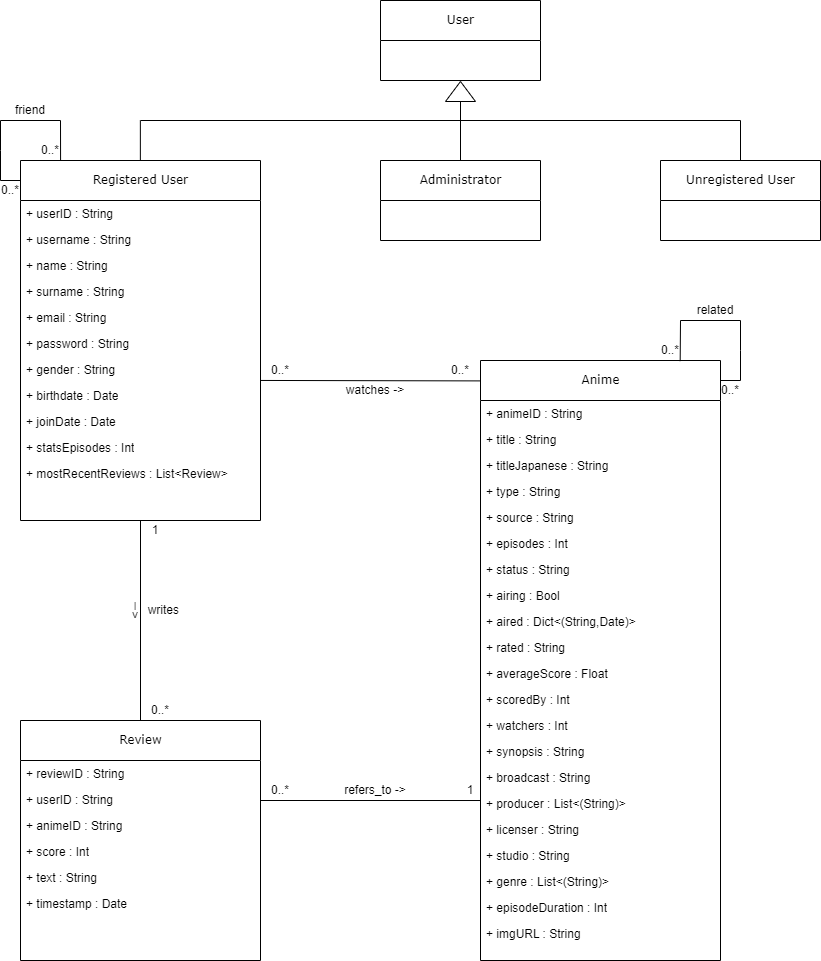
Earlier version of the draw.io export 070_presentation/UML_JAN_ok002.png (JacopoCarlon/LSMSDB_Project). Source tidied: cells renumbered, new cells last; positions are measured from the earlier drawing's top-left corner, leaving out a move shared by most shapes.
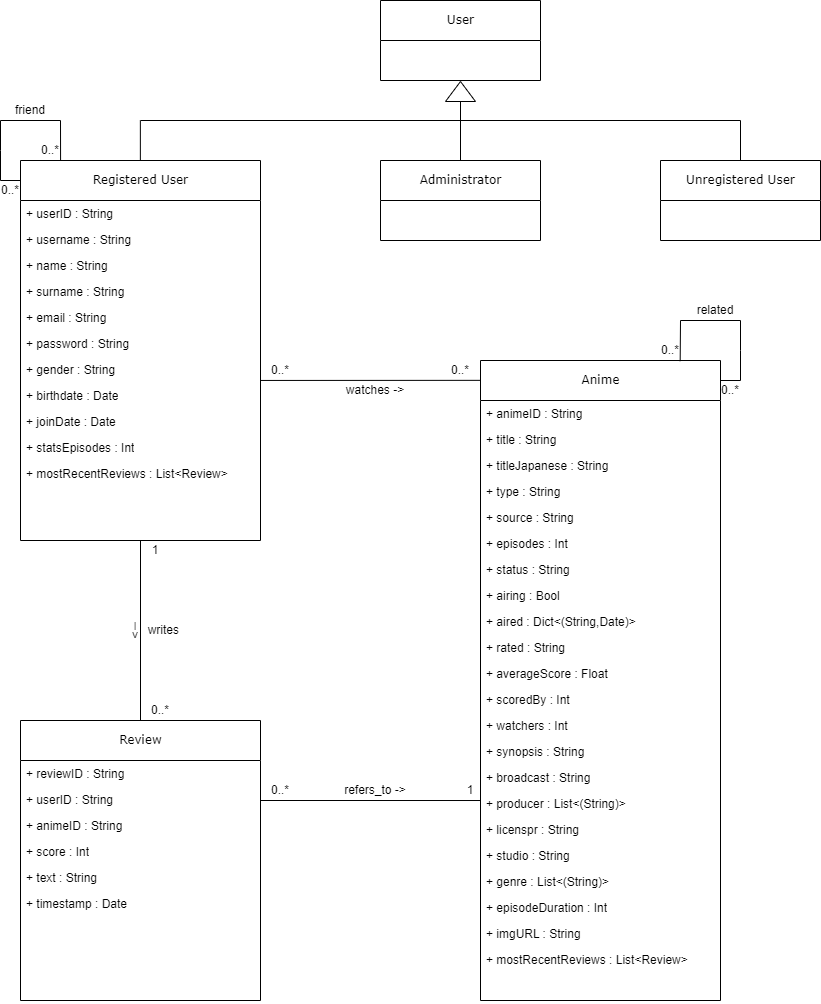
After the change.

The edit, as a diff of the source:
```diff
@@ -12,7 +12,7 @@
       <mxGeometry x="380" y="160" width="160" height="80" as="geometry" />
     </mxCell>
     <mxCell id="5" value="&lt;font style=&quot;font-size: 12px;&quot;&gt;Registered User&lt;/font&gt;" style="swimlane;html=1;fontStyle=0;horizontal=1;startSize=40;fillColor=none;swimlaneFillColor=#ffffff;rounded=0;shadow=0;comic=0;labelBackgroundColor=none;strokeWidth=1;fontFamily=Verdana;fontSize=10;align=center;" parent="1" vertex="1">
-      <mxGeometry x="20" y="160" width="240" height="360" as="geometry" />
+      <mxGeometry x="20" y="160" width="240" height="380" as="geometry" />
     </mxCell>
     <mxCell id="6" value="+ userID : String" style="text;html=1;strokeColor=none;fillColor=none;align=left;verticalAlign=top;spacingLeft=4;spacingRight=4;whiteSpace=wrap;overflow=hidden;" parent="5" vertex="1">
       <mxGeometry y="40" width="240" height="26" as="geometry" />
@@ -72,7 +72,7 @@
       </mxGeometry>
     </mxCell>
     <mxCell id="22" value="&lt;font style=&quot;font-size: 12px;&quot;&gt;Anime&lt;/font&gt;" style="swimlane;html=1;fontStyle=0;horizontal=1;startSize=40;fillColor=none;swimlaneFillColor=#ffffff;rounded=0;shadow=0;comic=0;labelBackgroundColor=none;strokeWidth=1;fontFamily=Verdana;fontSize=10;align=center;" parent="1" vertex="1">
-      <mxGeometry x="480" y="360" width="240" height="600" as="geometry" />
+      <mxGeometry x="480" y="360" width="240" height="640" as="geometry" />
     </mxCell>
     <mxCell id="23" value="+ animeID : String" style="text;html=1;strokeColor=none;fillColor=none;align=left;verticalAlign=top;spacingLeft=4;spacingRight=4;whiteSpace=wrap;overflow=hidden;" parent="22" vertex="1">
       <mxGeometry y="40" width="240" height="26" as="geometry" />
@@ -122,7 +122,7 @@
     <mxCell id="38" value="+ producer : List&amp;lt;(String)&amp;gt;" style="text;html=1;strokeColor=none;fillColor=none;align=left;verticalAlign=top;spacingLeft=4;spacingRight=4;whiteSpace=wrap;overflow=hidden;" parent="22" vertex="1">
       <mxGeometry y="430" width="240" height="26" as="geometry" />
     </mxCell>
-    <mxCell id="39" value="+ licenser : String" style="text;html=1;strokeColor=none;fillColor=none;align=left;verticalAlign=top;spacingLeft=4;spacingRight=4;whiteSpace=wrap;overflow=hidden;" parent="22" vertex="1">
+    <mxCell id="39" value="+ licenspr : String" style="text;html=1;strokeColor=none;fillColor=none;align=left;verticalAlign=top;spacingLeft=4;spacingRight=4;whiteSpace=wrap;overflow=hidden;" parent="22" vertex="1">
       <mxGeometry y="456" width="240" height="26" as="geometry" />
     </mxCell>
     <mxCell id="40" value="+ studio : String" style="text;html=1;strokeColor=none;fillColor=none;align=left;verticalAlign=top;spacingLeft=4;spacingRight=4;whiteSpace=wrap;overflow=hidden;" parent="22" vertex="1">
@@ -137,8 +137,11 @@
     <mxCell id="43" value="+ imgURL : String" style="text;html=1;strokeColor=none;fillColor=none;align=left;verticalAlign=top;spacingLeft=4;spacingRight=4;whiteSpace=wrap;overflow=hidden;" parent="22" vertex="1">
       <mxGeometry y="560" width="240" height="26" as="geometry" />
     </mxCell>
+    <mxCell id="72" value="+ mostRecentReviews : List&amp;lt;Review&amp;gt;" style="text;html=1;strokeColor=none;fillColor=none;align=left;verticalAlign=top;spacingLeft=4;spacingRight=4;whiteSpace=wrap;overflow=hidden;" parent="22" vertex="1">
+      <mxGeometry y="586" width="240" height="54" as="geometry" />
+    </mxCell>
     <mxCell id="44" value="&lt;font style=&quot;font-size: 12px;&quot;&gt;Review&lt;/font&gt;" style="swimlane;html=1;fontStyle=0;horizontal=1;startSize=40;fillColor=none;swimlaneFillColor=#ffffff;rounded=0;shadow=0;comic=0;labelBackgroundColor=none;strokeWidth=1;fontFamily=Verdana;fontSize=10;align=center;" parent="1" vertex="1">
-      <mxGeometry x="20" y="720" width="240" height="240" as="geometry" />
+      <mxGeometry x="20" y="720" width="240" height="280" as="geometry" />
     </mxCell>
     <mxCell id="45" value="+ reviewID : String&lt;span style=&quot;white-space: pre;&quot;&gt;&#9;&lt;/span&gt;" style="text;html=1;strokeColor=none;fillColor=none;align=left;verticalAlign=top;spacingLeft=4;spacingRight=4;whiteSpace=wrap;overflow=hidden;" parent="44" vertex="1">
       <mxGeometry y="40" width="240" height="26" as="geometry" />
@@ -167,13 +170,13 @@
         <mxPoint x="480.2" y="800" as="targetPoint" />
       </mxGeometry>
     </mxCell>
-    <mxCell id="53" style="endArrow=none;html=1;rounded=0;exitX=1.001;exitY=0.921;exitDx=0;exitDy=0;exitPerimeter=0;entryX=-0.002;entryY=0.034;entryDx=0;entryDy=0;entryPerimeter=0;" parent="1" edge="1" target="22">
+    <mxCell id="53" style="endArrow=none;html=1;rounded=0;exitX=1.001;exitY=0.921;exitDx=0;exitDy=0;exitPerimeter=0;entryX=0;entryY=0.031;entryDx=0;entryDy=0;entryPerimeter=0;" parent="1" edge="1" target="22">
       <mxGeometry relative="1" as="geometry">
         <mxPoint x="260.2" y="379.9" as="sourcePoint" />
       </mxGeometry>
     </mxCell>
     <mxCell id="54" value="1" style="text;html=1;align=center;verticalAlign=middle;whiteSpace=wrap;rounded=0;" parent="1" vertex="1">
-      <mxGeometry x="140" y="520" width="30" height="20" as="geometry" />
+      <mxGeometry x="140" y="540" width="30" height="20" as="geometry" />
     </mxCell>
     <mxCell id="55" value="0..*" style="text;html=1;align=center;verticalAlign=middle;whiteSpace=wrap;rounded=0;" parent="1" vertex="1">
       <mxGeometry x="150" y="700" width="20" height="20" as="geometry" />
@@ -194,7 +197,7 @@
       <mxGeometry x="340" y="380" width="70" height="20" as="geometry" />
     </mxCell>
     <mxCell id="61" value="writes&amp;nbsp;" style="text;html=1;align=center;verticalAlign=middle;whiteSpace=wrap;rounded=0;" parent="1" vertex="1">
-      <mxGeometry x="140" y="600" width="50" height="20" as="geometry" />
+      <mxGeometry x="140" y="620" width="50" height="20" as="geometry" />
     </mxCell>
     <mxCell id="62" value="refers_to -&amp;gt;" style="text;html=1;align=center;verticalAlign=middle;whiteSpace=wrap;rounded=0;" parent="1" vertex="1">
       <mxGeometry x="340" y="780" width="70" height="20" as="geometry" />
@@ -219,7 +222,7 @@
       <mxGeometry y="100" width="60" height="20" as="geometry" />
     </mxCell>
     <mxCell id="67" value="&lt;div style=&quot;font-size: 8px;&quot;&gt;|&lt;/div&gt;&lt;div style=&quot;font-size: 8px;&quot;&gt;V&lt;/div&gt;" style="text;html=1;align=center;verticalAlign=middle;whiteSpace=wrap;rounded=0;spacingTop=0;fontSize=8;fontStyle=1;" parent="1" vertex="1">
-      <mxGeometry x="130" y="600" width="10" height="20" as="geometry" />
+      <mxGeometry x="130" y="620" width="10" height="20" as="geometry" />
     </mxCell>
     <mxCell id="68" style="endArrow=none;html=1;rounded=0;entryX=0.832;entryY=0.001;entryDx=0;entryDy=0;entryPerimeter=0;" parent="1" edge="1" target="22">
       <mxGeometry relative="1" as="geometry">
```
